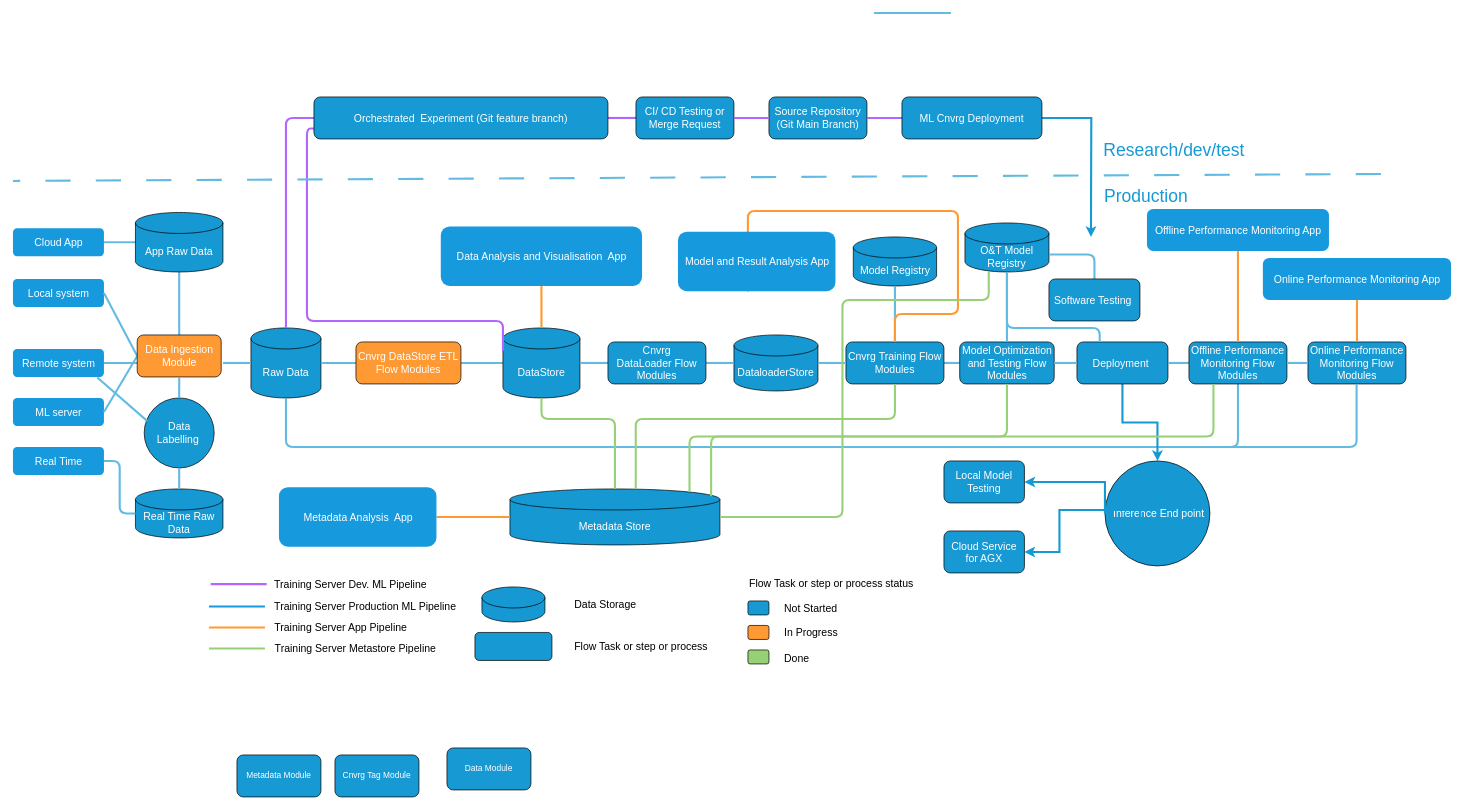
The draw.io diagram Untitled Diagram.drawio in mj1156/Face_Detection-Machine-Learning, before the edit. Source tidied: cells renumbered, new cells numbered last; positions are measured from the earlier drawing's top-left corner, leaving out a move shared by most shapes. Both pictures are drawn from the tidied source at 70%, with x=0, y=0 at pixel (13, 13).
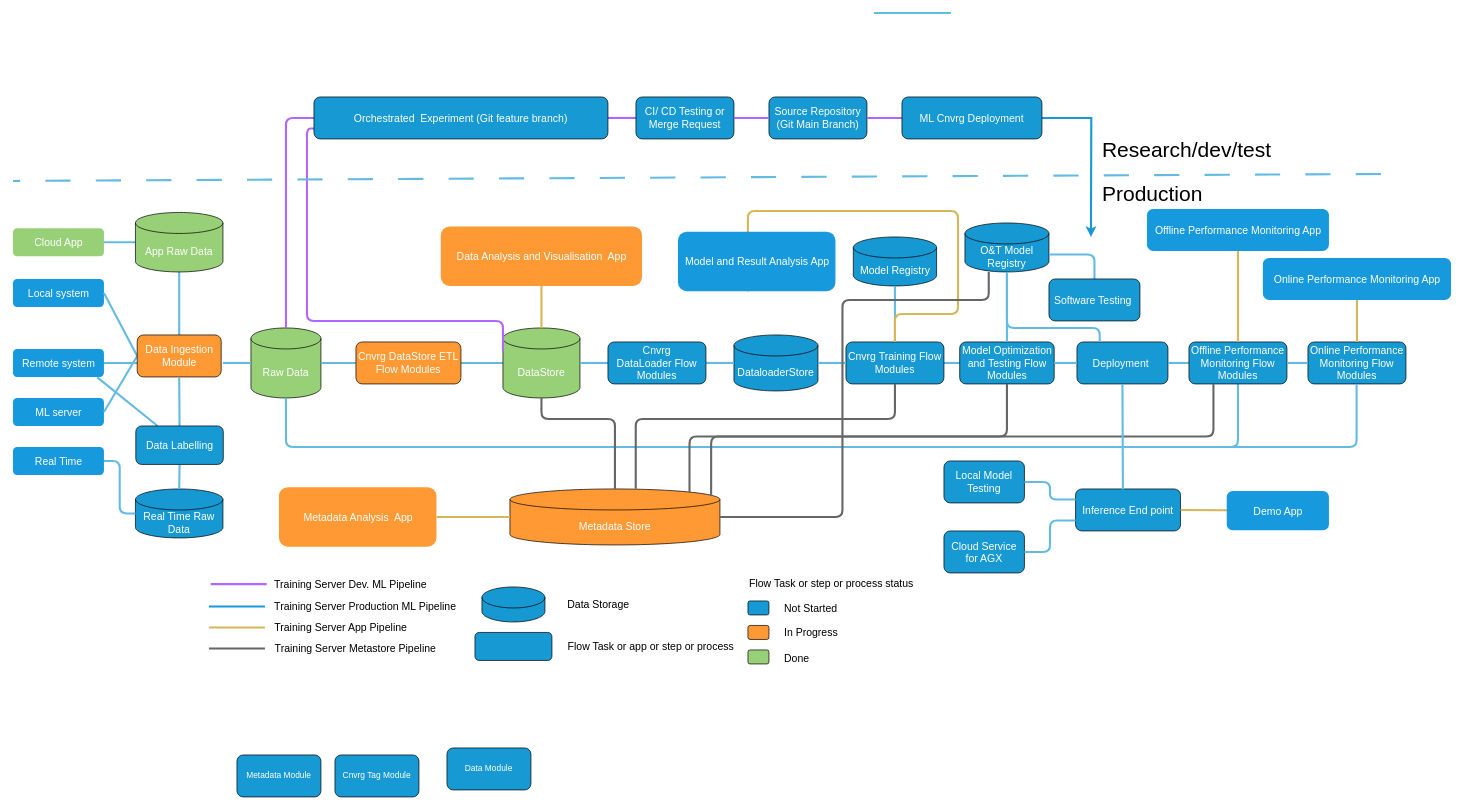
After the change.

Unchanged cells that the change refers to:
```xml
<mxCell id="5" value="&lt;font style=&quot;font-size: 15px;&quot;&gt;Remote system&lt;/font&gt;" style="rounded=1;fillColor=#1799dd;strokeColor=none;strokeWidth=3;shadow=0;html=1;fontColor=#FFFFFF;" parent="1" vertex="1">
  <mxGeometry y="480" width="130" height="40" as="geometry" />
</mxCell>
<mxCell id="20" value="&lt;font style=&quot;font-size: 15px;&quot; color=&quot;#ffffff&quot;&gt;Data Ingestion Module&lt;/font&gt;" style="rounded=1;whiteSpace=wrap;html=1;fillColor=#FF9933;" parent="1" vertex="1">
  <mxGeometry x="177.5" y="460" width="120" height="60" as="geometry" />
</mxCell>
<mxCell id="32" value="&lt;font style=&quot;font-size: 15px;&quot; color=&quot;#ffffff&quot;&gt;Cnvrg Training Flow Modules&lt;/font&gt;" style="rounded=1;whiteSpace=wrap;html=1;fillColor=#1799d3;" parent="1" vertex="1">
  <mxGeometry x="1190" y="470" width="140" height="60" as="geometry" />
</mxCell>
<mxCell id="35" value="&lt;font style=&quot;font-size: 15px;&quot; color=&quot;#ffffff&quot;&gt;Model Optimization and Testing Flow Modules&lt;/font&gt;" style="rounded=1;whiteSpace=wrap;html=1;fillColor=#1799d3;" parent="1" vertex="1">
  <mxGeometry x="1352.5" y="470" width="135" height="60" as="geometry" />
</mxCell>
<mxCell id="37" value="&lt;font style=&quot;font-size: 15px;&quot; color=&quot;#ffffff&quot;&gt;Deployment&amp;nbsp;&lt;/font&gt;" style="rounded=1;whiteSpace=wrap;html=1;fillColor=#1799d3;" parent="1" vertex="1">
  <mxGeometry x="1520" y="470" width="130" height="60" as="geometry" />
</mxCell>
<mxCell id="39" value="&lt;font color=&quot;#ffffff&quot;&gt;&lt;span style=&quot;font-size: 15px;&quot;&gt;O&amp;amp;T Model Registry&lt;/span&gt;&lt;/font&gt;" style="shape=cylinder3;whiteSpace=wrap;html=1;boundedLbl=1;backgroundOutline=1;size=15;fillColor=#1699d3;" parent="1" vertex="1">
  <mxGeometry x="1360" y="300" width="120" height="70" as="geometry" />
</mxCell>
<mxCell id="43" value="&lt;font color=&quot;#ffffff&quot;&gt;&lt;font style=&quot;font-size: 15px;&quot;&gt;Offline Performance Monitoring Flow Modules&lt;/font&gt;&lt;br&gt;&lt;/font&gt;" style="rounded=1;whiteSpace=wrap;html=1;fillColor=#1799d3;" parent="1" vertex="1">
  <mxGeometry x="1680" y="470" width="140" height="60" as="geometry" />
</mxCell>
<mxCell id="47" value="&lt;font style=&quot;font-size: 15px;&quot;&gt;Model and Result Analysis App&lt;/font&gt;" style="rounded=1;fillColor=#1799dd;strokeColor=none;strokeWidth=3;shadow=0;html=1;fontColor=#FFFFFF;" parent="1" vertex="1">
  <mxGeometry x="950" y="312.5" width="225" height="85" as="geometry" />
</mxCell>
<mxCell id="48" value="&lt;font style=&quot;font-size: 15px;&quot;&gt;Offline Performance Monitoring App&lt;/font&gt;" style="rounded=1;fillColor=#1799dd;strokeColor=none;strokeWidth=3;shadow=0;html=1;fontColor=#FFFFFF;" parent="1" vertex="1">
  <mxGeometry x="1620" y="280" width="260" height="60" as="geometry" />
</mxCell>
<mxCell id="74" value="&lt;font style=&quot;font-size: 15px;&quot; color=&quot;#ffffff&quot;&gt;Local Model Testing&lt;/font&gt;" style="rounded=1;whiteSpace=wrap;html=1;fillColor=#1799d3;" parent="1" vertex="1">
  <mxGeometry x="1330" y="640" width="115" height="60" as="geometry" />
</mxCell>
<mxCell id="75" value="&lt;font style=&quot;font-size: 15px;&quot; color=&quot;#ffffff&quot;&gt;Cloud Service for AGX&lt;/font&gt;" style="rounded=1;whiteSpace=wrap;html=1;fillColor=#1799d3;" parent="1" vertex="1">
  <mxGeometry x="1330" y="740" width="115" height="60" as="geometry" />
</mxCell>
<mxCell id="77" value="&lt;font color=&quot;#ffffff&quot;&gt;&lt;font style=&quot;font-size: 15px;&quot;&gt;Online Performance Monitoring Flow Modules&lt;/font&gt;&lt;br&gt;&lt;/font&gt;" style="rounded=1;whiteSpace=wrap;html=1;fillColor=#1799d3;" parent="1" vertex="1">
  <mxGeometry x="1850" y="470" width="140" height="60" as="geometry" />
</mxCell>
<mxCell id="78" value="&lt;font style=&quot;font-size: 15px;&quot;&gt;Online Performance Monitoring App&lt;/font&gt;" style="rounded=1;fillColor=#1799dd;strokeColor=none;strokeWidth=3;shadow=0;html=1;fontColor=#FFFFFF;" parent="1" vertex="1">
  <mxGeometry x="1785.6" y="350" width="268.8" height="60" as="geometry" />
</mxCell>
```

Change to the diagram source:
```diff
@@
-    <mxCell id="2" value="&lt;font style=&quot;font-size: 15px;&quot;&gt;Cloud App&lt;/font&gt;" style="rounded=1;fillColor=#1799dd;strokeColor=none;strokeWidth=3;shadow=0;html=1;fontColor=#FFFFFF;" parent="1" vertex="1">
+    <mxCell id="2" value="&lt;font style=&quot;font-size: 15px;&quot;&gt;Cloud App&lt;/font&gt;" style="rounded=1;fillColor=#97D077;strokeColor=none;strokeWidth=3;shadow=0;html=1;fontColor=#FFFFFF;" parent="1" vertex="1">
       <mxGeometry y="307.5" width="130" height="40" as="geometry" />
     </mxCell>
-    <mxCell id="3" value="&lt;font color=&quot;#ffffff&quot; style=&quot;font-size: 15px;&quot;&gt;Raw Data&lt;/font&gt;" style="shape=cylinder3;whiteSpace=wrap;html=1;boundedLbl=1;backgroundOutline=1;size=15;fillColor=#1699d3;" parent="1" vertex="1">
+    <mxCell id="3" value="&lt;font color=&quot;#ffffff&quot; style=&quot;font-size: 15px;&quot;&gt;Raw Data&lt;/font&gt;" style="shape=cylinder3;whiteSpace=wrap;html=1;boundedLbl=1;backgroundOutline=1;size=15;fillColor=#97D077;" parent="1" vertex="1">
       <mxGeometry x="340" y="450" width="100" height="100" as="geometry" />
     </mxCell>
@@
-    <mxCell id="17" value="&lt;font style=&quot;font-size: 15px;&quot; color=&quot;#ffffff&quot;&gt;DataStore&lt;/font&gt;" style="shape=cylinder3;whiteSpace=wrap;html=1;boundedLbl=1;backgroundOutline=1;size=15;fillColor=#1699d3;" parent="1" vertex="1">
+    <mxCell id="17" value="&lt;font style=&quot;font-size: 15px;&quot; color=&quot;#ffffff&quot;&gt;DataStore&lt;/font&gt;" style="shape=cylinder3;whiteSpace=wrap;html=1;boundedLbl=1;backgroundOutline=1;size=15;fillColor=#97D077;" parent="1" vertex="1">
       <mxGeometry x="700" y="450" width="110" height="100" as="geometry" />
     </mxCell>
-    <mxCell id="18" value="&lt;font style=&quot;font-size: 15px;&quot; color=&quot;#ffffff&quot;&gt;Metadata Store&lt;/font&gt;" style="shape=cylinder3;whiteSpace=wrap;html=1;boundedLbl=1;backgroundOutline=1;size=15;fillColor=#1699d3;" parent="1" vertex="1">
+    <mxCell id="18" value="&lt;font style=&quot;font-size: 15px;&quot; color=&quot;#ffffff&quot;&gt;Metadata Store&lt;/font&gt;" style="shape=cylinder3;whiteSpace=wrap;html=1;boundedLbl=1;backgroundOutline=1;size=15;fillColor=#FF9933;" parent="1" vertex="1">
       <mxGeometry x="710" y="680" width="300" height="80" as="geometry" />
     </mxCell>
@@
-    <mxCell id="21" value="&lt;font style=&quot;font-size: 15px;&quot; color=&quot;#ffffff&quot;&gt;App Raw Data&lt;/font&gt;" style="shape=cylinder3;whiteSpace=wrap;html=1;boundedLbl=1;backgroundOutline=1;size=15;fillColor=#1699d3;" parent="1" vertex="1">
+    <mxCell id="21" value="&lt;font style=&quot;font-size: 15px;&quot; color=&quot;#ffffff&quot;&gt;App Raw Data&lt;/font&gt;" style="shape=cylinder3;whiteSpace=wrap;html=1;boundedLbl=1;backgroundOutline=1;size=15;fillColor=#97D077;" parent="1" vertex="1">
       <mxGeometry x="175" y="285" width="125" height="85" as="geometry" />
     </mxCell>
@@
-    <mxCell id="36" style="edgeStyle=orthogonalEdgeStyle;rounded=0;jettySize=auto;html=1;strokeColor=#1699D3;strokeWidth=3;" parent="1" edge="1" source="37" target="66">
-      <mxGeometry relative="1" as="geometry" />
-    </mxCell>
@@
-    <mxCell id="40" style="edgeStyle=orthogonalEdgeStyle;endArrow=none;strokeWidth=3;strokeColor=#FF9933;html=1;exitX=0.5;exitY=0;exitDx=0;exitDy=0;entryX=0.444;entryY=1.007;entryDx=0;entryDy=0;entryPerimeter=0;" parent="1" edge="1" source="32" target="47">
+    <mxCell id="40" style="edgeStyle=orthogonalEdgeStyle;endArrow=none;strokeWidth=3;strokeColor=#d6b656;html=1;exitX=0.5;exitY=0;exitDx=0;exitDy=0;entryX=0.444;entryY=1.007;entryDx=0;entryDy=0;entryPerimeter=0;fillColor=#fff2cc;" parent="1" edge="1" source="32" target="47">
       <mxGeometry x="-221.5" y="56.5" as="geometry">
         <Array as="points">
           <mxPoint x="1260" y="430" />
           <mxPoint x="1350" y="430" />
           <mxPoint x="1350" y="283" />
         </Array>
       </mxGeometry>
     </mxCell>
@@
-    <mxCell id="44" value="&lt;font style=&quot;font-size: 15px;&quot;&gt;Data Analysis and Visualisation&amp;nbsp; App&lt;/font&gt;" style="rounded=1;fillColor=#1799dd;strokeColor=none;strokeWidth=3;shadow=0;html=1;fontColor=#FFFFFF;" parent="1" vertex="1">
+    <mxCell id="44" value="&lt;font style=&quot;font-size: 15px;&quot;&gt;Data Analysis and Visualisation&amp;nbsp; App&lt;/font&gt;" style="rounded=1;fillColor=#FF9933;strokeColor=none;strokeWidth=3;shadow=0;html=1;fontColor=#FFFFFF;" parent="1" vertex="1">
       <mxGeometry x="611.2" y="305" width="287.5" height="85" as="geometry" />
     </mxCell>
@@
-    <mxCell id="46" style="edgeStyle=none;endArrow=none;strokeWidth=3;strokeColor=#FF9933;html=1;entryX=0.5;entryY=1;entryDx=0;entryDy=0;exitX=0.5;exitY=0;exitDx=0;exitDy=0;exitPerimeter=0;" parent="1" edge="1" source="17" target="44">
+    <mxCell id="46" style="edgeStyle=none;endArrow=none;strokeWidth=3;strokeColor=#d6b656;html=1;entryX=0.5;entryY=1;entryDx=0;entryDy=0;exitX=0.5;exitY=0;exitDx=0;exitDy=0;exitPerimeter=0;fillColor=#fff2cc;" parent="1" edge="1" source="17" target="44">
       <mxGeometry x="-221.5" y="56.5" as="geometry" />
     </mxCell>
@@
-    <mxCell id="50" style="edgeStyle=none;endArrow=none;strokeWidth=3;strokeColor=#FF9933;html=1;entryX=1;entryY=0.5;entryDx=0;entryDy=0;exitX=0;exitY=0.5;exitDx=0;exitDy=0;exitPerimeter=0;" parent="1" edge="1" source="18" target="52">
+    <mxCell id="50" style="edgeStyle=none;endArrow=none;strokeWidth=3;strokeColor=#d6b656;html=1;entryX=1;entryY=0.5;entryDx=0;entryDy=0;exitX=0;exitY=0.5;exitDx=0;exitDy=0;exitPerimeter=0;fillColor=#fff2cc;" parent="1" edge="1" source="18" target="52">
       <mxGeometry x="-221.5" y="56.5" as="geometry" />
     </mxCell>
-    <mxCell id="51" style="edgeStyle=none;endArrow=none;strokeWidth=3;strokeColor=#FF9933;html=1;entryX=0.5;entryY=1;entryDx=0;entryDy=0;exitX=0.5;exitY=0;exitDx=0;exitDy=0;" parent="1" edge="1" source="43" target="48">
+    <mxCell id="51" style="edgeStyle=none;endArrow=none;strokeWidth=3;strokeColor=#d6b656;html=1;entryX=0.5;entryY=1;entryDx=0;entryDy=0;exitX=0.5;exitY=0;exitDx=0;exitDy=0;fillColor=#fff2cc;" parent="1" edge="1" source="43" target="48">
       <mxGeometry x="-221.5" y="56.5" as="geometry" />
     </mxCell>
-    <mxCell id="52" value="&lt;font style=&quot;font-size: 15px;&quot;&gt;Metadata Analysis&amp;nbsp; App&lt;/font&gt;" style="rounded=1;fillColor=#1799dd;strokeColor=none;strokeWidth=3;shadow=0;html=1;fontColor=#FFFFFF;" parent="1" vertex="1">
+    <mxCell id="52" value="&lt;font style=&quot;font-size: 15px;&quot;&gt;Metadata Analysis&amp;nbsp; App&lt;/font&gt;" style="rounded=1;fillColor=#FF9933;strokeColor=none;strokeWidth=3;shadow=0;html=1;fontColor=#FFFFFF;" parent="1" vertex="1">
       <mxGeometry x="380" y="677.5" width="225" height="85" as="geometry" />
     </mxCell>
@@
-    <mxCell id="62" value="&lt;font style=&quot;font-size: 25px;&quot; color=&quot;#1799d3&quot;&gt;Research/dev/test&lt;/font&gt;" style="text;html=1;strokeColor=none;fillColor=none;align=center;verticalAlign=middle;whiteSpace=wrap;rounded=0;" parent="1" vertex="1">
-      <mxGeometry x="1584" y="180" width="150" height="30" as="geometry" />
+    <mxCell id="62" value="&lt;font style=&quot;font-size: 30px;&quot;&gt;Research/dev/test&lt;/font&gt;" style="text;html=1;strokeColor=none;fillColor=none;align=center;verticalAlign=middle;whiteSpace=wrap;rounded=0;" parent="1" vertex="1">
+      <mxGeometry x="1602" y="180" width="150" height="30" as="geometry" />
     </mxCell>
-    <mxCell id="63" value="&lt;font style=&quot;font-size: 25px;&quot; color=&quot;#1799d3&quot;&gt;Production&lt;/font&gt;" style="text;html=1;strokeColor=none;fillColor=none;align=center;verticalAlign=middle;whiteSpace=wrap;rounded=0;" parent="1" vertex="1">
-      <mxGeometry x="1524" y="245" width="190" height="30" as="geometry" />
+    <mxCell id="63" value="&lt;font style=&quot;font-size: 30px;&quot;&gt;Production&lt;/font&gt;" style="text;html=1;strokeColor=none;fillColor=none;align=center;verticalAlign=middle;whiteSpace=wrap;rounded=0;" parent="1" vertex="1">
+      <mxGeometry x="1533" y="243" width="190" height="30" as="geometry" />
     </mxCell>
@@
-    <mxCell id="66" value="&lt;font style=&quot;font-size: 15px;&quot; color=&quot;#ffffff&quot;&gt;&amp;nbsp;Inference End point&lt;/font&gt;" style="ellipse;whiteSpace=wrap;html=1;fillColor=#1699D3;" parent="1" vertex="1">
-      <mxGeometry x="1560" y="640" width="150" height="150" as="geometry" />
-    </mxCell>
@@
-    <mxCell id="68" style="edgeStyle=orthogonalEdgeStyle;endArrow=none;strokeWidth=3;strokeColor=#97D077;html=1;entryX=0.5;entryY=1;entryDx=0;entryDy=0;exitX=0.5;exitY=0;exitDx=0;exitDy=0;exitPerimeter=0;entryPerimeter=0;" parent="1" edge="1" source="18" target="17">
+    <mxCell id="68" style="edgeStyle=orthogonalEdgeStyle;endArrow=none;strokeWidth=3;strokeColor=#666666;html=1;entryX=0.5;entryY=1;entryDx=0;entryDy=0;exitX=0.5;exitY=0;exitDx=0;exitDy=0;exitPerimeter=0;entryPerimeter=0;fillColor=#f5f5f5;" parent="1" edge="1" source="18" target="17">
       <mxGeometry x="-221.5" y="56.5" as="geometry">
         <Array as="points">
           <mxPoint x="860" y="580" />
           <mxPoint x="755" y="580" />
         </Array>
       </mxGeometry>
     </mxCell>
-    <mxCell id="69" style="edgeStyle=orthogonalEdgeStyle;endArrow=none;strokeWidth=3;strokeColor=#97D077;html=1;entryX=0.599;entryY=-0.005;entryDx=0;entryDy=0;entryPerimeter=0;" parent="1" edge="1" source="32" target="18">
+    <mxCell id="69" style="edgeStyle=orthogonalEdgeStyle;endArrow=none;strokeWidth=3;strokeColor=#666666;html=1;entryX=0.599;entryY=-0.005;entryDx=0;entryDy=0;entryPerimeter=0;fillColor=#f5f5f5;" parent="1" edge="1" source="32" target="18">
       <mxGeometry x="-221.5" y="56.5" as="geometry">
         <Array as="points">
           <mxPoint x="1260" y="580" />
           <mxPoint x="890" y="580" />
         </Array>
       </mxGeometry>
     </mxCell>
-    <mxCell id="70" style="edgeStyle=orthogonalEdgeStyle;endArrow=none;strokeWidth=3;strokeColor=#97D077;html=1;entryX=0.855;entryY=0;entryDx=0;entryDy=4.35;exitX=0.5;exitY=1;exitDx=0;exitDy=0;entryPerimeter=0;" parent="1" edge="1" source="35" target="18">
+    <mxCell id="70" style="edgeStyle=orthogonalEdgeStyle;endArrow=none;strokeWidth=3;strokeColor=#666666;html=1;entryX=0.855;entryY=0;entryDx=0;entryDy=4.35;exitX=0.5;exitY=1;exitDx=0;exitDy=0;entryPerimeter=0;fillColor=#f5f5f5;" parent="1" edge="1" source="35" target="18">
       <mxGeometry x="-221.5" y="56.5" as="geometry" />
     </mxCell>
-    <mxCell id="71" style="edgeStyle=orthogonalEdgeStyle;endArrow=none;strokeWidth=3;strokeColor=#97D077;html=1;entryX=0.958;entryY=0.128;entryDx=0;entryDy=0;exitX=0.25;exitY=1;exitDx=0;exitDy=0;entryPerimeter=0;" parent="1" edge="1" source="43" target="18">
+    <mxCell id="71" style="edgeStyle=orthogonalEdgeStyle;endArrow=none;strokeWidth=3;strokeColor=#666666;html=1;entryX=0.958;entryY=0.128;entryDx=0;entryDy=0;exitX=0.25;exitY=1;exitDx=0;exitDy=0;entryPerimeter=0;fillColor=#f5f5f5;" parent="1" edge="1" source="43" target="18">
       <mxGeometry x="-221.5" y="56.5" as="geometry" />
     </mxCell>
-    <mxCell id="72" style="edgeStyle=orthogonalEdgeStyle;endArrow=none;strokeWidth=3;strokeColor=#97D077;html=1;entryX=1;entryY=0.5;entryDx=0;entryDy=0;entryPerimeter=0;" parent="1" edge="1" source="39" target="18">
+    <mxCell id="72" style="edgeStyle=orthogonalEdgeStyle;endArrow=none;strokeWidth=3;strokeColor=#666666;html=1;entryX=1;entryY=0.5;entryDx=0;entryDy=0;entryPerimeter=0;fillColor=#f5f5f5;" parent="1" edge="1" source="39" target="18">
       <mxGeometry x="-221.5" y="56.5" as="geometry">
         <Array as="points">
           <mxPoint x="1394" y="410" />
           <mxPoint x="1185" y="410" />
           <mxPoint x="1185" y="720" />
         </Array>
       </mxGeometry>
     </mxCell>
-    <mxCell id="73" style="edgeStyle=orthogonalEdgeStyle;rounded=0;jettySize=auto;html=1;strokeColor=#1699D3;strokeWidth=3;exitX=0;exitY=0.5;exitDx=0;exitDy=0;entryX=1;entryY=0.5;entryDx=0;entryDy=0;" parent="1" edge="1" source="66" target="74">
-      <mxGeometry relative="1" as="geometry">
-        <Array as="points">
-          <mxPoint x="1560" y="670" />
-        </Array>
-      </mxGeometry>
-    </mxCell>
@@
-    <mxCell id="76" style="edgeStyle=orthogonalEdgeStyle;rounded=0;jettySize=auto;html=1;strokeColor=#1699D3;strokeWidth=3;exitX=0;exitY=0.5;exitDx=0;exitDy=0;" parent="1" edge="1" target="75">
-      <mxGeometry relative="1" as="geometry">
-        <mxPoint x="1609.9" y="720" as="sourcePoint" />
-        <Array as="points">
-          <mxPoint x="1610" y="710" />
-          <mxPoint x="1495" y="710" />
-          <mxPoint x="1495" y="770" />
-        </Array>
-      </mxGeometry>
-    </mxCell>
@@
-    <mxCell id="79" style="edgeStyle=none;endArrow=none;strokeWidth=3;strokeColor=#FF9933;html=1;entryX=0.5;entryY=1;entryDx=0;entryDy=0;exitX=0.5;exitY=0;exitDx=0;exitDy=0;" parent="1" edge="1" source="77" target="78">
+    <mxCell id="79" style="edgeStyle=none;endArrow=none;strokeWidth=3;strokeColor=#d6b656;html=1;entryX=0.5;entryY=1;entryDx=0;entryDy=0;exitX=0.5;exitY=0;exitDx=0;exitDy=0;fillColor=#fff2cc;" parent="1" edge="1" source="77" target="78">
       <mxGeometry x="-221.5" y="56.5" as="geometry" />
     </mxCell>
@@
-    <mxCell id="81" value="&lt;font style=&quot;font-size: 15px;&quot; color=&quot;#ffffff&quot;&gt;Data Labelling&amp;nbsp;&lt;/font&gt;" style="ellipse;whiteSpace=wrap;html=1;fillColor=#1699D3;" parent="1" vertex="1">
-      <mxGeometry x="187.5" y="550" width="100" height="100" as="geometry" />
-    </mxCell>
-    <mxCell id="82" style="edgeStyle=none;endArrow=none;strokeWidth=3;strokeColor=#64BBE2;html=1;entryX=0.041;entryY=0.328;entryDx=0;entryDy=0;exitX=0.927;exitY=1.017;exitDx=0;exitDy=0;exitPerimeter=0;entryPerimeter=0;" parent="1" edge="1" source="5" target="81">
+    <mxCell id="82" style="edgeStyle=none;endArrow=none;strokeWidth=3;strokeColor=#64BBE2;html=1;entryX=0.25;entryY=0;entryDx=0;entryDy=0;exitX=0.927;exitY=1.017;exitDx=0;exitDy=0;exitPerimeter=0;" parent="1" edge="1" source="5" target="81">
       <mxGeometry x="-221.5" y="56.5" as="geometry" />
     </mxCell>
-    <mxCell id="83" style="edgeStyle=none;endArrow=none;strokeWidth=3;strokeColor=#64BBE2;html=1;exitX=0.5;exitY=1;exitDx=0;exitDy=0;" parent="1" edge="1" source="20" target="81">
+    <mxCell id="83" style="edgeStyle=none;endArrow=none;strokeWidth=3;strokeColor=#64BBE2;html=1;exitX=0.5;exitY=1;exitDx=0;exitDy=0;entryX=0.5;entryY=0;entryDx=0;entryDy=0;" parent="1" edge="1" source="20" target="81">
       <mxGeometry x="-221.5" y="56.5" as="geometry" />
     </mxCell>
@@
-    <mxCell id="89" style="edgeStyle=none;endArrow=none;strokeWidth=3;strokeColor=#FF9933;html=1;entryX=1;entryY=0.5;entryDx=0;entryDy=0;" parent="1" edge="1">
+    <mxCell id="89" style="edgeStyle=none;endArrow=none;strokeWidth=3;strokeColor=#d6b656;html=1;entryX=1;entryY=0.5;entryDx=0;entryDy=0;fillColor=#fff2cc;" parent="1" edge="1">
       <mxGeometry x="-221.5" y="56.5" as="geometry">
         <mxPoint x="360" y="878" as="sourcePoint" />
         <mxPoint x="280" y="878" as="targetPoint" />
       </mxGeometry>
     </mxCell>
-    <mxCell id="90" style="edgeStyle=none;endArrow=none;strokeWidth=3;strokeColor=#97D077;html=1;entryX=1;entryY=0.5;entryDx=0;entryDy=0;" parent="1" edge="1">
+    <mxCell id="90" style="edgeStyle=none;endArrow=none;strokeWidth=3;strokeColor=#666666;html=1;entryX=1;entryY=0.5;entryDx=0;entryDy=0;fillColor=#f5f5f5;" parent="1" edge="1">
       <mxGeometry x="-221.5" y="56.5" as="geometry">
         <mxPoint x="360" y="908" as="sourcePoint" />
         <mxPoint x="280" y="908" as="targetPoint" />
       </mxGeometry>
     </mxCell>
@@
     <mxCell id="95" value="&lt;font style=&quot;font-size: 15px;&quot;&gt;Data Storage&lt;/font&gt;" style="text;html=1;align=center;verticalAlign=middle;strokeColor=none;fillColor=none;" parent="1" vertex="1">
-      <mxGeometry x="786" y="830" width="120" height="30" as="geometry" />
+      <mxGeometry x="776" y="830" width="120" height="30" as="geometry" />
     </mxCell>
@@
-    <mxCell id="97" value="&lt;font style=&quot;font-size: 15px;&quot;&gt;Flow Task or step or process&lt;/font&gt;" style="text;html=1;align=center;verticalAlign=middle;strokeColor=none;fillColor=none;" parent="1" vertex="1">
-      <mxGeometry x="784" y="889" width="225" height="30" as="geometry" />
+    <mxCell id="97" value="&lt;font style=&quot;font-size: 15px;&quot;&gt;Flow Task or app or step or process&lt;/font&gt;" style="text;html=1;align=center;verticalAlign=middle;strokeColor=none;fillColor=none;" parent="1" vertex="1">
+      <mxGeometry x="776" y="889" width="270" height="30" as="geometry" />
     </mxCell>
@@
+    <mxCell id="66" value="&lt;font style=&quot;font-size: 15px;&quot; color=&quot;#ffffff&quot;&gt;Inference End point&lt;/font&gt;" style="rounded=1;whiteSpace=wrap;html=1;fillColor=#1799d3;" parent="1" vertex="1">
+      <mxGeometry x="1518" y="680" width="150" height="60" as="geometry" />
+    </mxCell>
+    <mxCell id="81" value="&lt;font style=&quot;font-size: 15px;&quot; color=&quot;#ffffff&quot;&gt;Data Labelling&lt;/font&gt;" style="rounded=1;whiteSpace=wrap;html=1;fillColor=#1799d3;" parent="1" vertex="1">
+      <mxGeometry x="175.5" y="590" width="125" height="55" as="geometry" />
+    </mxCell>
+    <mxCell id="36" style="edgeStyle=none;endArrow=none;strokeWidth=3;strokeColor=#64BBE2;html=1;exitX=0.5;exitY=1;exitDx=0;exitDy=0;entryX=0.451;entryY=0.011;entryDx=0;entryDy=0;entryPerimeter=0;" parent="1" edge="1" source="37" target="66">
+      <mxGeometry x="-221.5" y="56.5" as="geometry" />
+    </mxCell>
+    <mxCell id="107" style="edgeStyle=orthogonalEdgeStyle;endArrow=none;strokeWidth=3;strokeColor=#64BBE2;html=1;exitX=1;exitY=0.5;exitDx=0;exitDy=0;entryX=0;entryY=0.25;entryDx=0;entryDy=0;" parent="1" edge="1" source="74" target="66">
+      <mxGeometry x="-221.5" y="56.5" as="geometry" />
+    </mxCell>
+    <mxCell id="108" style="edgeStyle=none;endArrow=none;strokeWidth=3;strokeColor=#d6b656;html=1;exitX=0;exitY=0.5;exitDx=0;exitDy=0;entryX=1;entryY=0.5;entryDx=0;entryDy=0;fillColor=#fff2cc;" parent="1" edge="1" target="66">
+      <mxGeometry x="-221.5" y="56.5" as="geometry">
+        <mxPoint x="1735" y="710.5" as="sourcePoint" />
+      </mxGeometry>
+    </mxCell>
+    <mxCell id="109" style="edgeStyle=orthogonalEdgeStyle;endArrow=none;strokeWidth=3;strokeColor=#64BBE2;html=1;exitX=0;exitY=0.75;exitDx=0;exitDy=0;entryX=1;entryY=0.5;entryDx=0;entryDy=0;" parent="1" edge="1" source="66" target="75">
+      <mxGeometry x="-221.5" y="56.5" as="geometry" />
+    </mxCell>
+    <mxCell id="110" value="&lt;font style=&quot;font-size: 15px;&quot;&gt;Demo App&lt;/font&gt;" style="rounded=1;fillColor=#1799dd;strokeColor=none;strokeWidth=3;shadow=0;html=1;fontColor=#FFFFFF;" parent="1" vertex="1">
+      <mxGeometry x="1734" y="683" width="146" height="56" as="geometry" />
+    </mxCell>
```
